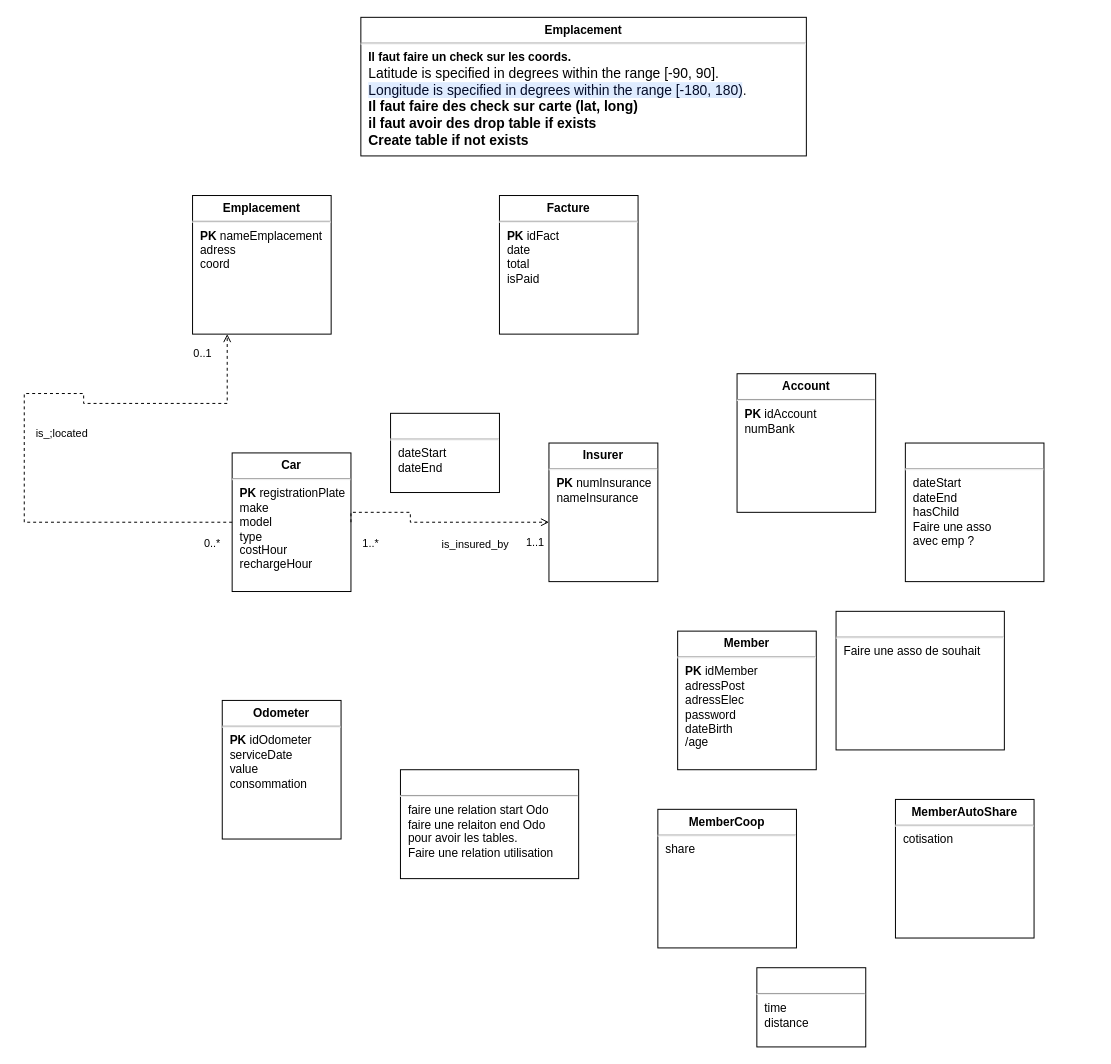
This is page "Sherwin" (1 of 2) of TP4.drawio from lyg2/Reservation-SQL, a draw.io file, before an edit. Source tidied: cells renumbered, new cells numbered last; positions are measured from the earlier drawing's top-left corner, leaving out a move shared by most shapes. Both pictures are drawn from the tidied source at 99%, with x=0, y=0 at pixel (24, 17).
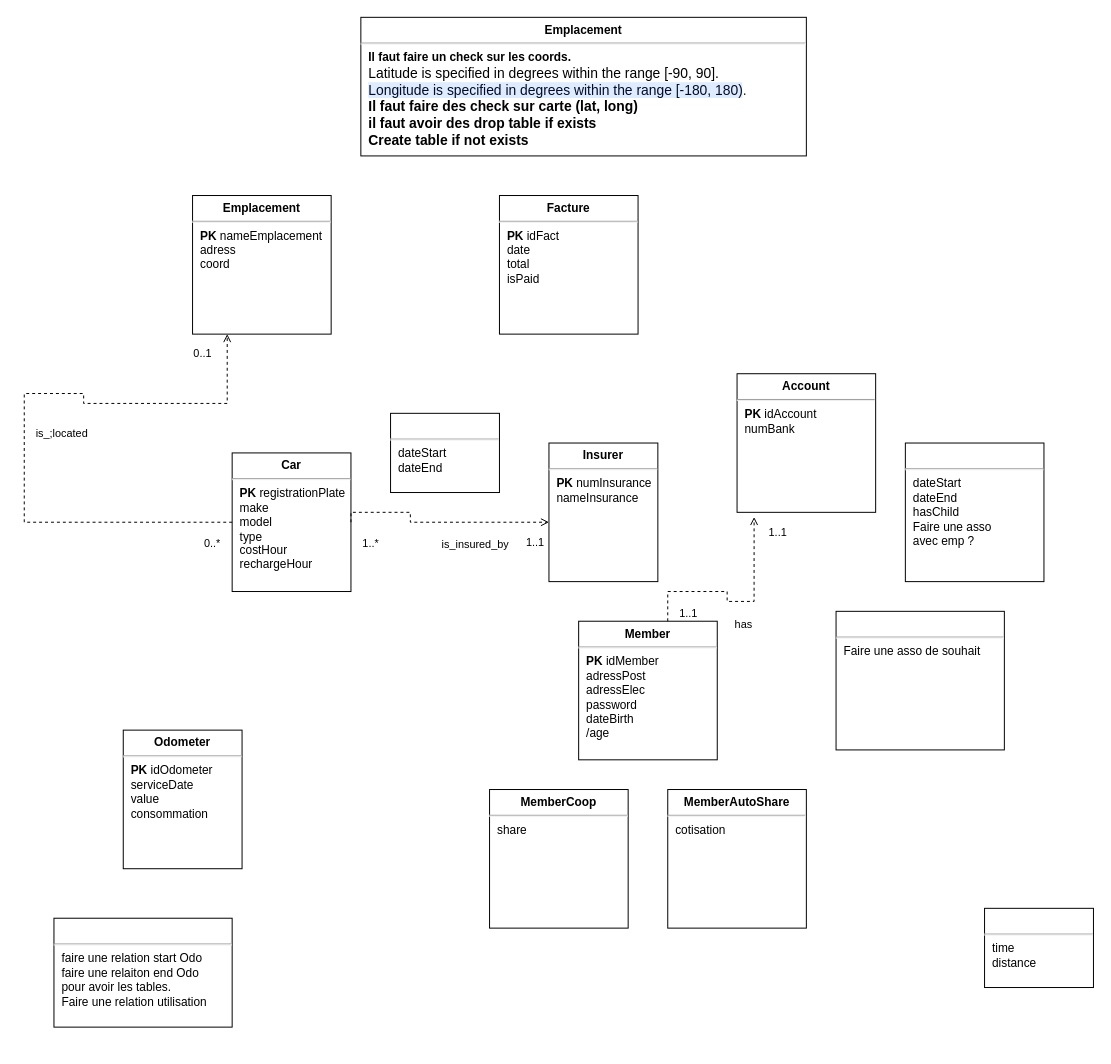
Above is the later version.

The change refers to these unchanged cells:
```xml
<mxCell id="9" value="&lt;p style=&quot;margin:0px;margin-top:6px;text-align:center;&quot;&gt;&lt;b&gt;Account&lt;/b&gt;&lt;/p&gt;&lt;hr&gt;&lt;p style=&quot;margin:0px;margin-left:8px;&quot;&gt;&lt;b&gt;PK&lt;/b&gt;&amp;nbsp;idAccount&lt;/p&gt;&lt;p style=&quot;margin:0px;margin-left:8px;&quot;&gt;numBank&lt;/p&gt;" style="align=left;overflow=fill;html=1;" parent="1" vertex="1">
  <mxGeometry x="720" y="360" width="140" height="140" as="geometry" />
</mxCell>
```

Diff of the diagram source:
```diff
@@
     <mxCell id="4" value="&lt;p style=&quot;margin:0px;margin-top:6px;text-align:center;&quot;&gt;&lt;b&gt;Odometer&lt;/b&gt;&lt;/p&gt;&lt;hr&gt;&lt;p style=&quot;margin:0px;margin-left:8px;&quot;&gt;&lt;b&gt;PK&lt;/b&gt;&amp;nbsp;idOdometer&lt;/p&gt;&lt;p style=&quot;margin:0px;margin-left:8px;&quot;&gt;serviceDate&lt;/p&gt;&lt;p style=&quot;margin:0px;margin-left:8px;&quot;&gt;value&lt;/p&gt;&lt;p style=&quot;margin:0px;margin-left:8px;&quot;&gt;consommation&lt;/p&gt;" style="align=left;overflow=fill;html=1;" parent="1" vertex="1">
-      <mxGeometry x="200" y="690" width="120" height="140" as="geometry" />
+      <mxGeometry x="100" y="720" width="120" height="140" as="geometry" />
     </mxCell>
@@
     <mxCell id="6" value="&lt;p style=&quot;margin:0px;margin-top:6px;text-align:center;&quot;&gt;&lt;b&gt;Member&lt;/b&gt;&lt;/p&gt;&lt;hr&gt;&lt;p style=&quot;margin:0px;margin-left:8px;&quot;&gt;&lt;b&gt;PK&lt;/b&gt;&amp;nbsp;idMember&lt;/p&gt;&lt;p style=&quot;margin:0px;margin-left:8px;&quot;&gt;adressPost&lt;/p&gt;&lt;p style=&quot;margin:0px;margin-left:8px;&quot;&gt;adressElec&lt;/p&gt;&lt;p style=&quot;margin:0px;margin-left:8px;&quot;&gt;password&lt;/p&gt;&lt;p style=&quot;margin:0px;margin-left:8px;&quot;&gt;dateBirth&lt;/p&gt;&lt;p style=&quot;margin:0px;margin-left:8px;&quot;&gt;/age&lt;/p&gt;" style="align=left;overflow=fill;html=1;" parent="1" vertex="1">
-      <mxGeometry x="660" y="620" width="140" height="140" as="geometry" />
+      <mxGeometry x="560" y="610" width="140" height="140" as="geometry" />
     </mxCell>
     <mxCell id="7" value="&lt;p style=&quot;margin:0px;margin-top:6px;text-align:center;&quot;&gt;&lt;b&gt;MemberCoop&lt;/b&gt;&lt;/p&gt;&lt;hr&gt;&lt;p style=&quot;margin:0px;margin-left:8px;&quot;&gt;share&lt;/p&gt;" style="align=left;overflow=fill;html=1;" parent="1" vertex="1">
-      <mxGeometry x="640" y="800" width="140" height="140" as="geometry" />
+      <mxGeometry x="470" y="780" width="140" height="140" as="geometry" />
     </mxCell>
     <mxCell id="8" value="&lt;p style=&quot;margin:0px;margin-top:6px;text-align:center;&quot;&gt;&lt;b&gt;MemberAutoShare&lt;/b&gt;&lt;/p&gt;&lt;hr&gt;&lt;p style=&quot;margin:0px;margin-left:8px;&quot;&gt;cotisation&lt;/p&gt;" style="align=left;overflow=fill;html=1;" parent="1" vertex="1">
-      <mxGeometry x="880" y="790" width="140" height="140" as="geometry" />
+      <mxGeometry x="650" y="780" width="140" height="140" as="geometry" />
     </mxCell>
@@
     <mxCell id="14" value="&lt;p style=&quot;margin:0px;margin-top:6px;text-align:center;&quot;&gt;&lt;br&gt;&lt;/p&gt;&lt;hr&gt;&lt;p style=&quot;margin:0px;margin-left:8px;&quot;&gt;time&lt;/p&gt;&lt;p style=&quot;margin:0px;margin-left:8px;&quot;&gt;distance&lt;/p&gt;&lt;p style=&quot;margin:0px;margin-left:8px;&quot;&gt;&lt;br&gt;&lt;/p&gt;" style="align=left;overflow=fill;html=1;" parent="1" vertex="1">
-      <mxGeometry x="740" y="960" width="110" height="80" as="geometry" />
+      <mxGeometry x="970" y="900" width="110" height="80" as="geometry" />
     </mxCell>
     <mxCell id="15" value="&lt;p style=&quot;margin:0px;margin-top:6px;text-align:center;&quot;&gt;&lt;br&gt;&lt;/p&gt;&lt;hr&gt;&lt;p style=&quot;margin:0px;margin-left:8px;&quot;&gt;faire une relation start Odo&lt;/p&gt;&lt;p style=&quot;margin:0px;margin-left:8px;&quot;&gt;faire une relaiton end Odo&lt;br&gt;pour avoir les tables.&lt;/p&gt;&lt;p style=&quot;margin:0px;margin-left:8px;&quot;&gt;Faire une relation utilisation&lt;br&gt;&lt;br&gt;&lt;/p&gt;&lt;p style=&quot;margin:0px;margin-left:8px;&quot;&gt;&lt;br&gt;&lt;/p&gt;&lt;p style=&quot;margin:0px;margin-left:8px;&quot;&gt;&lt;br&gt;&lt;/p&gt;" style="align=left;overflow=fill;html=1;" parent="1" vertex="1">
-      <mxGeometry x="380" y="760" width="180" height="110" as="geometry" />
+      <mxGeometry x="30" y="910" width="180" height="110" as="geometry" />
     </mxCell>
@@
+    <mxCell id="23" value="has" style="endArrow=open;endFill=0;html=1;edgeStyle=orthogonalEdgeStyle;align=left;verticalAlign=top;rounded=0;strokeColor=default;dashed=1;entryX=0.123;entryY=1.034;entryDx=0;entryDy=0;entryPerimeter=0;" parent="1" edge="1" source="6" target="9">
+      <mxGeometry y="-10" relative="1" as="geometry">
+        <Array as="points">
+          <mxPoint x="650" y="580" />
+          <mxPoint x="710" y="580" />
+          <mxPoint x="710" y="590" />
+          <mxPoint x="737" y="590" />
+        </Array>
+      </mxGeometry>
+    </mxCell>
+    <mxCell id="24" value="1..1" style="edgeLabel;html=1;align=left;verticalAlign=bottom;" parent="23" vertex="1">
+      <mxGeometry x="-1" relative="1" as="geometry">
+        <mxPoint x="10" as="offset" />
+      </mxGeometry>
+    </mxCell>
+    <mxCell id="25" value="1..1" style="edgeLabel;html=1;align=center;verticalAlign=middle;" parent="23" vertex="1">
+      <mxGeometry x="0.86" relative="1" as="geometry">
+        <mxPoint x="23" as="offset" />
+      </mxGeometry>
+    </mxCell>
```
